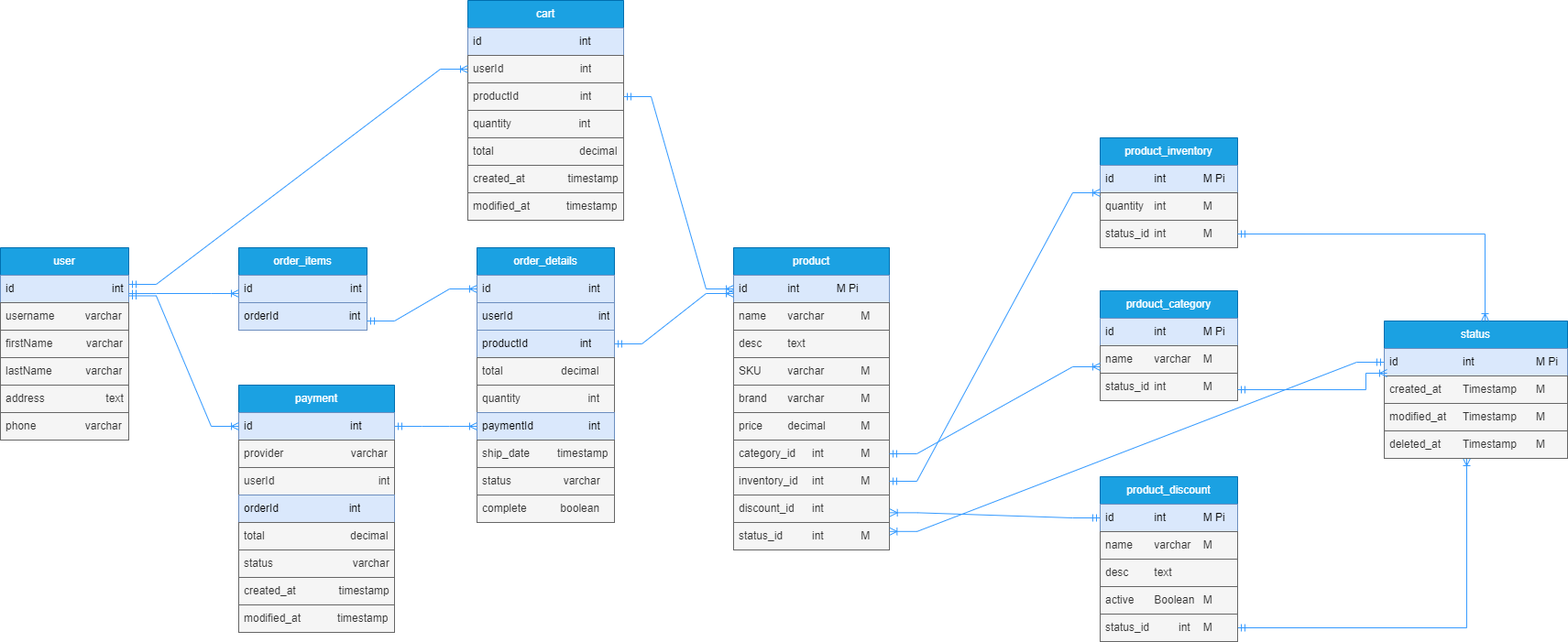
sharifmajumdar/fs14-ecommerce-erd keeps this draw.io diagram as ecommerce.png. Above is the earlier version. Source tidied: cells renumbered, new cells last; positions are measured from the earlier drawing's top-left corner, leaving out a move shared by most shapes.
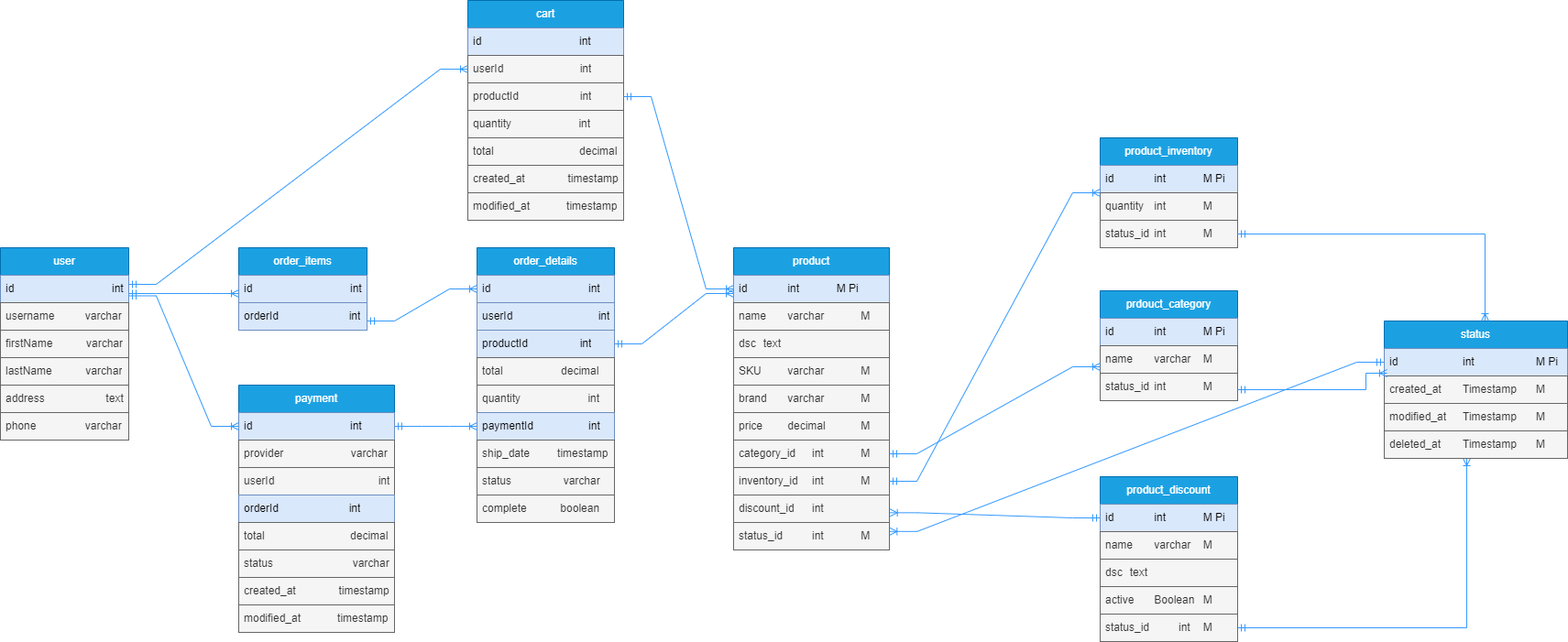
After the change.

Change to the diagram source:
```diff
@@ -80,7 +80,7 @@
     <mxCell id="26" value="name&lt;span style=&quot;white-space: pre;&quot;&gt;&#9;&lt;/span&gt;varchar&lt;span style=&quot;white-space: pre;&quot;&gt;&#9;&lt;span style=&quot;white-space: pre;&quot;&gt;&#9;&lt;/span&gt;&lt;/span&gt;M" style="text;strokeColor=#666666;fillColor=#f5f5f5;align=left;verticalAlign=middle;spacingLeft=4;spacingRight=4;overflow=hidden;whiteSpace=wrap;html=1;fontColor=#333333;" parent="24" vertex="1">
       <mxGeometry y="60" width="170" height="30" as="geometry" />
     </mxCell>
-    <mxCell id="27" value="desc&lt;span style=&quot;white-space: pre;&quot;&gt;&#9;&lt;/span&gt;text&lt;span style=&quot;white-space: pre;&quot;&gt;&#9;&lt;/span&gt;" style="text;strokeColor=#666666;fillColor=#f5f5f5;align=left;verticalAlign=middle;spacingLeft=4;spacingRight=4;overflow=hidden;whiteSpace=wrap;html=1;fontColor=#333333;" parent="24" vertex="1">
+    <mxCell id="27" value="dsc&lt;span style=&quot;white-space: pre;&quot;&gt;&#9;&lt;/span&gt;text&lt;span style=&quot;white-space: pre;&quot;&gt;&#9;&lt;/span&gt;" style="text;strokeColor=#666666;fillColor=#f5f5f5;align=left;verticalAlign=middle;spacingLeft=4;spacingRight=4;overflow=hidden;whiteSpace=wrap;html=1;fontColor=#333333;" parent="24" vertex="1">
       <mxGeometry y="90" width="170" height="30" as="geometry" />
     </mxCell>
     <mxCell id="28" value="SKU&lt;span style=&quot;white-space: pre;&quot;&gt;&#9;&lt;/span&gt;&lt;span style=&quot;white-space: pre;&quot;&gt;&#9;&lt;/span&gt;varchar&lt;span style=&quot;white-space: pre;&quot;&gt;&#9;&lt;span style=&quot;white-space: pre;&quot;&gt;&#9;&lt;/span&gt;&lt;/span&gt;M" style="text;strokeColor=#666666;fillColor=#f5f5f5;align=left;verticalAlign=middle;spacingLeft=4;spacingRight=4;overflow=hidden;whiteSpace=wrap;html=1;fontColor=#333333;" parent="24" vertex="1">
@@ -130,7 +130,7 @@
     <mxCell id="42" value="name&lt;span style=&quot;white-space: pre;&quot;&gt;&#9;&lt;/span&gt;varchar&lt;span style=&quot;white-space: pre;&quot;&gt;&#9;&lt;/span&gt;M" style="text;strokeColor=#666666;fillColor=#f5f5f5;align=left;verticalAlign=middle;spacingLeft=4;spacingRight=4;overflow=hidden;whiteSpace=wrap;html=1;fontColor=#333333;" parent="40" vertex="1">
       <mxGeometry y="60" width="150" height="30" as="geometry" />
     </mxCell>
-    <mxCell id="43" value="desc&lt;span style=&quot;white-space: pre;&quot;&gt;&#9;&lt;/span&gt;text&lt;span style=&quot;white-space: pre;&quot;&gt;&#9;&lt;/span&gt;" style="text;strokeColor=#666666;fillColor=#f5f5f5;align=left;verticalAlign=middle;spacingLeft=4;spacingRight=4;overflow=hidden;whiteSpace=wrap;html=1;fontColor=#333333;" parent="40" vertex="1">
+    <mxCell id="43" value="dsc&lt;span style=&quot;white-space: pre;&quot;&gt;&#9;&lt;/span&gt;text&lt;span style=&quot;white-space: pre;&quot;&gt;&#9;&lt;/span&gt;" style="text;strokeColor=#666666;fillColor=#f5f5f5;align=left;verticalAlign=middle;spacingLeft=4;spacingRight=4;overflow=hidden;whiteSpace=wrap;html=1;fontColor=#333333;" parent="40" vertex="1">
       <mxGeometry y="90" width="150" height="30" as="geometry" />
     </mxCell>
     <mxCell id="44" value="active&#9;&lt;span style=&quot;white-space: pre;&quot;&gt;&#9;&lt;/span&gt;Boolean&lt;span style=&quot;border-color: var(--border-color);&quot;&gt;&#9;&lt;span style=&quot;white-space: pre;&quot;&gt;&#9;&lt;/span&gt;&lt;/span&gt;M" style="text;strokeColor=#666666;fillColor=#f5f5f5;align=left;verticalAlign=middle;spacingLeft=4;spacingRight=4;overflow=hidden;whiteSpace=wrap;html=1;fontColor=#333333;" parent="1" vertex="1">
```
